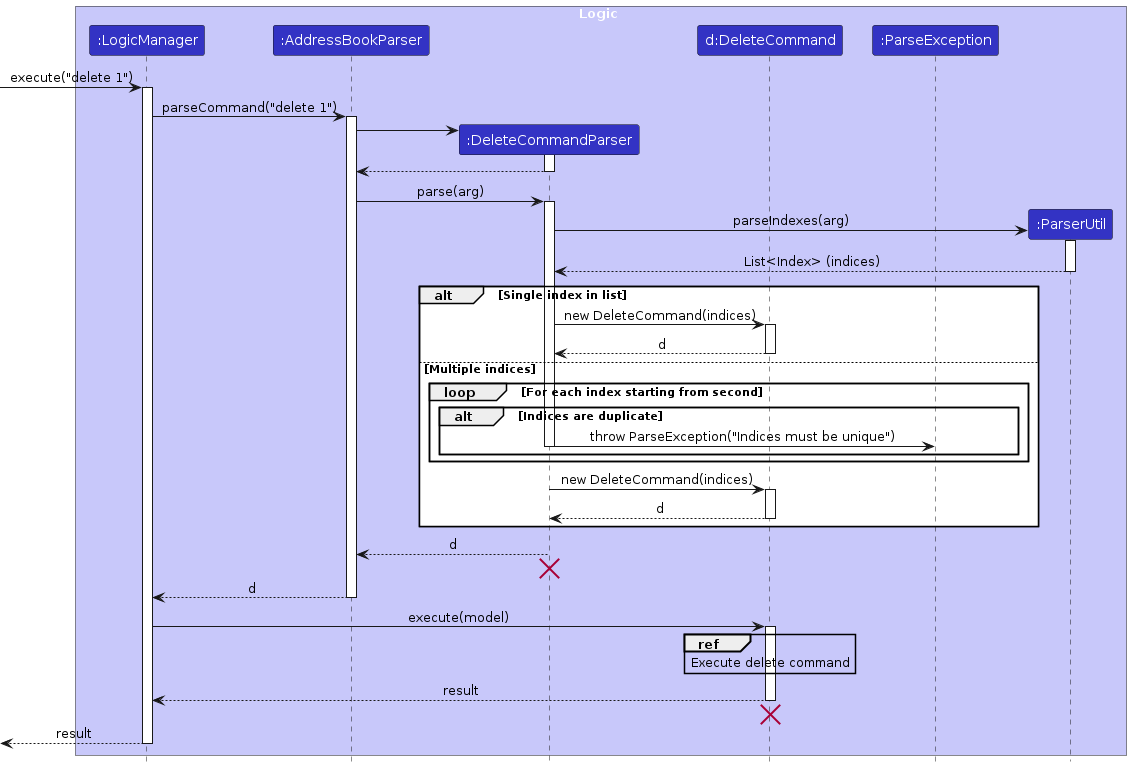
The PlantUML diagram diagrams/DeleteParseSequenceDiagram.png in AY2425-CS2103T-T09-4/tp, before a commit. Its source is kept beside it as diagrams/DeleteParseSequenceDiagram.puml.
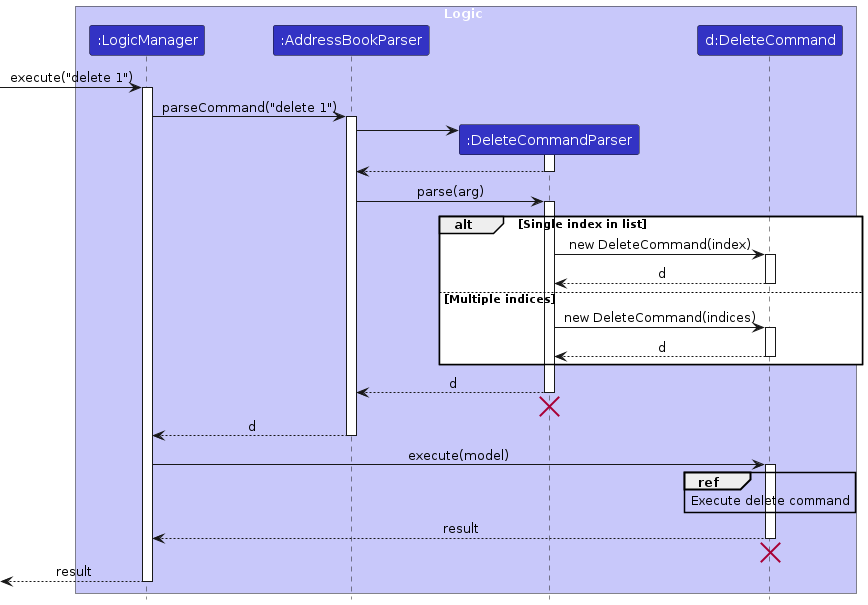
Later version of the same file.

What changed in the source:
```diff
@@ -7,8 +7,6 @@
 participant ":AddressBookParser" as AddressBookParser LOGIC_COLOR
 participant ":DeleteCommandParser" as DeleteCommandParser LOGIC_COLOR
 participant "d:DeleteCommand" as DeleteCommand LOGIC_COLOR
-participant ":ParseException" as ParseException LOGIC_COLOR
-participant ":ParserUtil" as ParserUtil LOGIC_COLOR
 end box
 
 [-> LogicManager : execute("delete 1")
@@ -27,24 +25,15 @@
 AddressBookParser -> DeleteCommandParser : parse(arg)
 activate DeleteCommandParser
 
-create ParserUtil
-DeleteCommandParser -> ParserUtil : parseIndexes(arg)
-activate ParserUtil
-ParserUtil --> DeleteCommandParser : List<Index> (indices)
-deactivate ParserUtil
+
 
 alt Single index in list
-    DeleteCommandParser -> DeleteCommand : new DeleteCommand(indices)
+    DeleteCommandParser -> DeleteCommand : new DeleteCommand(index)
     activate DeleteCommand
     DeleteCommand --> DeleteCommandParser : d
     deactivate DeleteCommand
 else Multiple indices
-    loop For each index starting from second
-        alt Indices are duplicate
-            DeleteCommandParser -> ParseException : throw ParseException("Indices must be unique")
-            deactivate DeleteCommandParser
-        end
-    end
+
     DeleteCommandParser -> DeleteCommand : new DeleteCommand(indices)
     activate DeleteCommand
     DeleteCommand --> DeleteCommandParser : d
```
